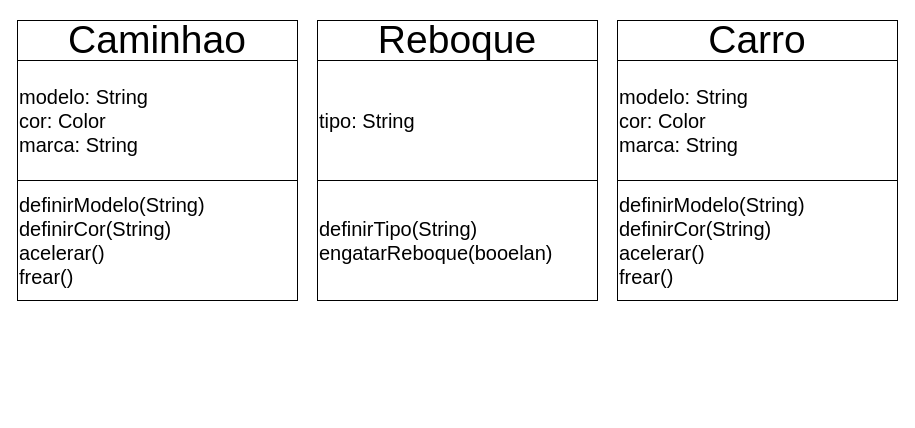
DanielKistemacher/Atividade01Poo keeps this draw.io diagram as Caminhao.drawio. Above is the earlier version. Source tidied: cells renumbered, new cells numbered last; positions are measured from the earlier drawing's top-left corner, leaving out a move shared by most shapes. Both pictures are drawn from the tidied source at 100%, with x=0, y=0 at pixel (17, 20).
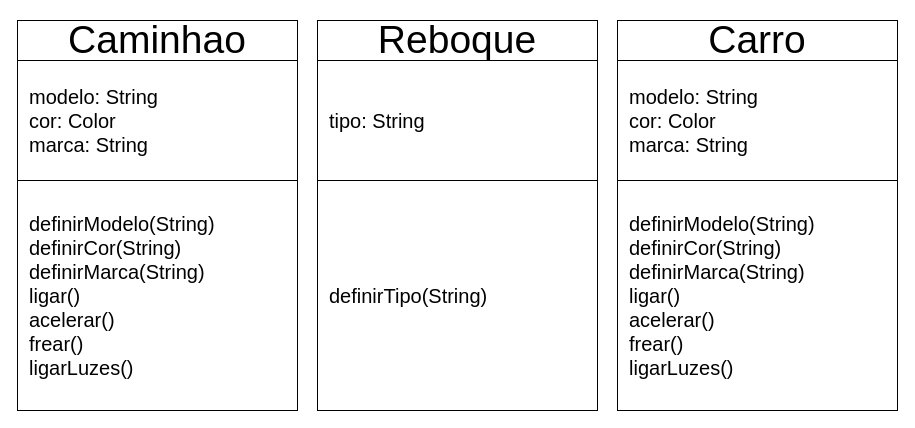
The same page after the edit.

What changed in the source:
```diff
@@
 <mxGraphModel>
   <root>
     <mxCell id="0" />
     <mxCell id="1" parent="0" />
     <mxCell id="2" value="&lt;font style=&quot;font-size: 39px;&quot;&gt;Caminhao&lt;/font&gt;" style="rounded=0;whiteSpace=wrap;html=1;" parent="1" vertex="1">
       <mxGeometry width="280" height="40" as="geometry" />
     </mxCell>
-    <mxCell id="3" value="modelo: String&lt;br&gt;cor: Color&lt;br&gt;marca: String" style="rounded=0;whiteSpace=wrap;html=1;fontSize=20;align=left;" parent="1" vertex="1">
+    <mxCell id="3" value="modelo: String&lt;br&gt;cor: Color&lt;br&gt;marca: String" style="rounded=0;whiteSpace=wrap;html=1;fontSize=20;align=left;spacingLeft=10;" parent="1" vertex="1">
       <mxGeometry y="40" width="280" height="120" as="geometry" />
     </mxCell>
-    <mxCell id="4" value="definirModelo(String)&lt;br&gt;definirCor(String)&lt;br&gt;acelerar()&lt;br&gt;frear()" style="rounded=0;whiteSpace=wrap;html=1;fontSize=20;align=left;" parent="1" vertex="1">
-      <mxGeometry y="160" width="280" height="120" as="geometry" />
+    <mxCell id="4" value="definirModelo(String)&lt;br&gt;definirCor(String)&lt;br&gt;definirMarca(String)&lt;br&gt;ligar()&lt;br&gt;acelerar()&lt;br&gt;frear()&lt;br&gt;ligarLuzes()" style="rounded=0;whiteSpace=wrap;html=1;fontSize=20;align=left;spacingLeft=10;" parent="1" vertex="1">
+      <mxGeometry y="160" width="280" height="230" as="geometry" />
     </mxCell>
     <mxCell id="5" value="&lt;font style=&quot;font-size: 39px;&quot;&gt;Reboque&lt;/font&gt;" style="rounded=0;whiteSpace=wrap;html=1;" parent="1" vertex="1">
       <mxGeometry x="300" width="280" height="40" as="geometry" />
     </mxCell>
-    <mxCell id="6" value="tipo: String&lt;br&gt;" style="rounded=0;whiteSpace=wrap;html=1;fontSize=20;align=left;" parent="1" vertex="1">
+    <mxCell id="6" value="tipo: String&lt;br&gt;" style="rounded=0;whiteSpace=wrap;html=1;fontSize=20;align=left;spacingLeft=10;" parent="1" vertex="1">
       <mxGeometry x="300" y="40" width="280" height="120" as="geometry" />
     </mxCell>
-    <mxCell id="7" value="definirTipo(String)&lt;br&gt;engatarReboque(booelan)" style="rounded=0;whiteSpace=wrap;html=1;fontSize=20;align=left;" parent="1" vertex="1">
-      <mxGeometry x="300" y="160" width="280" height="120" as="geometry" />
+    <mxCell id="7" value="definirTipo(String)&lt;br&gt;" style="rounded=0;whiteSpace=wrap;html=1;fontSize=20;align=left;spacingLeft=10;" parent="1" vertex="1">
+      <mxGeometry x="300" y="160" width="280" height="230" as="geometry" />
     </mxCell>
     <mxCell id="8" value="&lt;font style=&quot;font-size: 39px;&quot;&gt;Carro&lt;/font&gt;" style="rounded=0;whiteSpace=wrap;html=1;" parent="1" vertex="1">
       <mxGeometry x="600" width="280" height="40" as="geometry" />
     </mxCell>
-    <mxCell id="9" value="modelo: String&lt;br&gt;cor: Color&lt;br&gt;marca: String" style="rounded=0;whiteSpace=wrap;html=1;fontSize=20;align=left;" parent="1" vertex="1">
+    <mxCell id="9" value="modelo: String&lt;br&gt;cor: Color&lt;br&gt;marca: String" style="rounded=0;whiteSpace=wrap;html=1;fontSize=20;align=left;spacingLeft=10;" parent="1" vertex="1">
       <mxGeometry x="600" y="40" width="280" height="120" as="geometry" />
     </mxCell>
-    <mxCell id="10" value="definirModelo(String)&lt;br&gt;definirCor(String)&lt;br&gt;acelerar()&lt;br&gt;frear()" style="rounded=0;whiteSpace=wrap;html=1;fontSize=20;align=left;" parent="1" vertex="1">
-      <mxGeometry x="600" y="160" width="280" height="120" as="geometry" />
-    </mxCell>
+    <mxCell id="11" value="definirModelo(String)&lt;br&gt;definirCor(String)&lt;br&gt;definirMarca(String)&lt;br&gt;ligar()&lt;br&gt;acelerar()&lt;br&gt;frear()&lt;br&gt;ligarLuzes()" style="rounded=0;whiteSpace=wrap;html=1;fontSize=20;align=left;spacingLeft=10;" parent="1" vertex="1">
+      <mxGeometry x="600" y="160" width="280" height="230" as="geometry" />
+    </mxCell>
   </root>
 </mxGraphModel>
```
